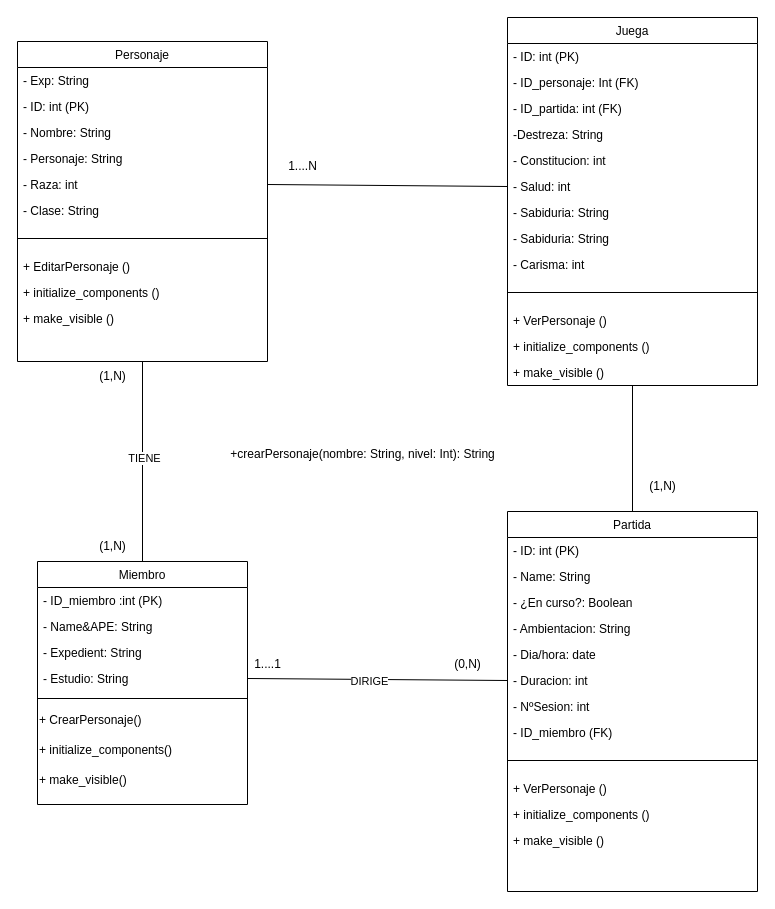
This is Entornos/Diagrama de clases.drawio from ruben170305/AdraKode, a draw.io file, before an edit. Source tidied: cells renumbered, new cells numbered last; positions are measured from the earlier drawing's top-left corner, leaving out a move shared by most shapes. Both pictures are drawn from the tidied source at 100%, with x=0, y=0 at pixel (17, 17).
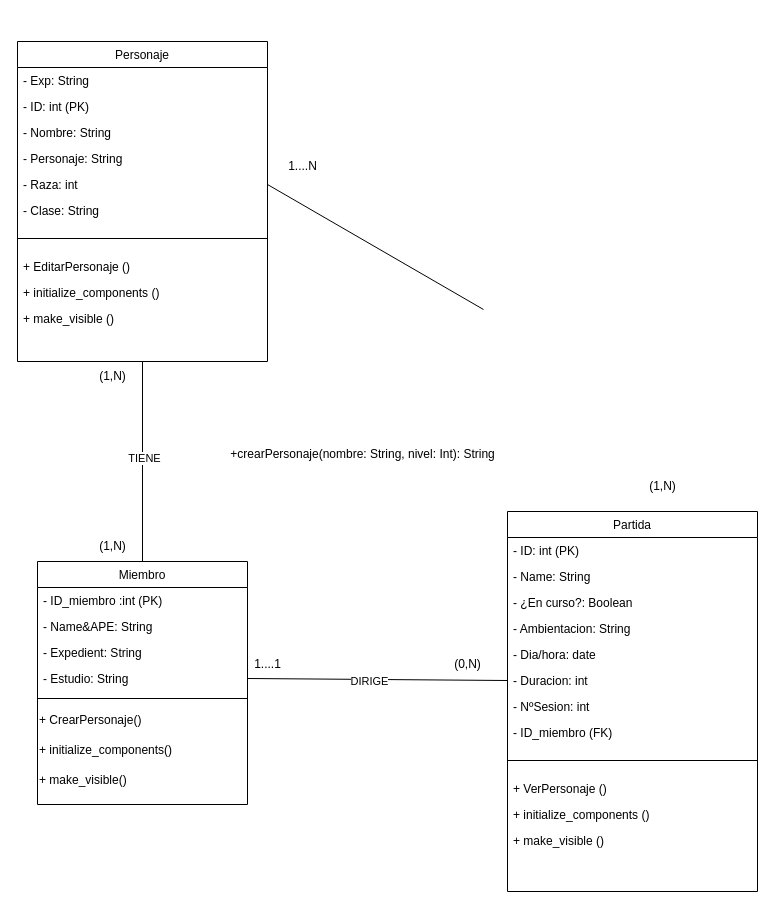
The same page after the edit.

Commit message (it also covers changes not shown here):
cambios realizados en el diagrama de clases

The change refers to these unchanged cells:
```xml
<mxCell id="7" value="- Raza: int" style="text;align=left;verticalAlign=top;spacingLeft=4;spacingRight=4;overflow=hidden;points=[[0,0.5],[1,0.5]];portConstraint=eastwest;" parent="2" vertex="1">
  <mxGeometry y="130" width="250" height="26" as="geometry" />
</mxCell>
<mxCell id="22" value="Partida" style="swimlane;fontStyle=0;align=center;verticalAlign=top;horizontal=1;startSize=26;rounded=0;shadow=0;strokeWidth=1;" parent="1" vertex="1">
  <mxGeometry x="490" y="494" width="250" height="380" as="geometry" />
</mxCell>
```

Diff of the diagram source:
```diff
@@
-    <mxCell id="35" value="Juega" style="swimlane;fontStyle=0;align=center;verticalAlign=top;horizontal=1;startSize=26;rounded=0;shadow=0;strokeWidth=1;" parent="1" vertex="1">
-      <mxGeometry x="490" width="250" height="368" as="geometry" />
-    </mxCell>
-    <mxCell id="36" value="- ID: int (PK)" style="text;align=left;verticalAlign=top;spacingLeft=4;spacingRight=4;overflow=hidden;" parent="35" vertex="1">
-      <mxGeometry y="26" width="250" height="26" as="geometry" />
-    </mxCell>
-    <mxCell id="37" value="- ID_personaje: Int (FK)" style="text;align=left;verticalAlign=top;spacingLeft=4;spacingRight=4;overflow=hidden;" parent="35" vertex="1">
-      <mxGeometry y="52" width="250" height="26" as="geometry" />
-    </mxCell>
-    <mxCell id="38" value="- ID_partida: int (FK)" style="text;align=left;verticalAlign=top;spacingLeft=4;spacingRight=4;overflow=hidden;" parent="35" vertex="1">
-      <mxGeometry y="78" width="250" height="26" as="geometry" />
-    </mxCell>
-    <mxCell id="39" value="-Destreza: String" style="text;align=left;verticalAlign=top;spacingLeft=4;spacingRight=4;overflow=hidden;" parent="35" vertex="1">
-      <mxGeometry y="104" width="250" height="26" as="geometry" />
-    </mxCell>
-    <mxCell id="40" value="- Constitucion: int " style="text;align=left;verticalAlign=top;spacingLeft=4;spacingRight=4;overflow=hidden;" parent="35" vertex="1">
-      <mxGeometry y="130" width="250" height="26" as="geometry" />
-    </mxCell>
-    <mxCell id="41" value="- Salud: int" style="text;align=left;verticalAlign=top;spacingLeft=4;spacingRight=4;overflow=hidden;points=[[0,0.5],[1,0.5]];portConstraint=eastwest;" parent="35" vertex="1">
-      <mxGeometry y="156" width="250" height="26" as="geometry" />
-    </mxCell>
-    <mxCell id="42" value="- Sabiduria: String" style="text;align=left;verticalAlign=top;spacingLeft=4;spacingRight=4;overflow=hidden;" parent="35" vertex="1">
-      <mxGeometry y="182" width="250" height="26" as="geometry" />
-    </mxCell>
-    <mxCell id="43" value="- Sabiduria: String" style="text;align=left;verticalAlign=top;spacingLeft=4;spacingRight=4;overflow=hidden;" parent="35" vertex="1">
-      <mxGeometry y="208" width="250" height="26" as="geometry" />
-    </mxCell>
-    <mxCell id="44" value="- Carisma: int" style="text;align=left;verticalAlign=top;spacingLeft=4;spacingRight=4;overflow=hidden;" parent="35" vertex="1">
-      <mxGeometry y="234" width="250" height="26" as="geometry" />
-    </mxCell>
-    <mxCell id="45" style="line;html=1;strokeWidth=1;align=left;verticalAlign=middle;spacingTop=-1;spacingLeft=3;spacingRight=3;labelPosition=right;" parent="35" vertex="1">
-      <mxGeometry y="260" width="250" height="30" as="geometry" />
-    </mxCell>
-    <mxCell id="46" value="+ VerPersonaje ()" style="text;align=left;verticalAlign=top;spacingLeft=4;spacingRight=4;overflow=hidden;" parent="35" vertex="1">
-      <mxGeometry y="290" width="250" height="26" as="geometry" />
-    </mxCell>
-    <mxCell id="47" value="+ initialize_components ()" style="text;align=left;verticalAlign=top;spacingLeft=4;spacingRight=4;overflow=hidden;" parent="35" vertex="1">
-      <mxGeometry y="316" width="250" height="26" as="geometry" />
-    </mxCell>
-    <mxCell id="48" value="+ make_visible ()" style="text;align=left;verticalAlign=top;spacingLeft=4;spacingRight=4;overflow=hidden;points=[[0,0.5],[1,0.5]];portConstraint=eastwest;" parent="35" vertex="1">
-      <mxGeometry y="342" width="250" height="26" as="geometry" />
-    </mxCell>
@@
-    <mxCell id="58" style="endArrow=none;html=1;rounded=0;exitX=0.5;exitY=0;exitDx=0;exitDy=0;" parent="1" edge="1" source="22" target="48">
-      <mxGeometry relative="1" as="geometry" />
-    </mxCell>
-    <mxCell id="59" style="endArrow=none;html=1;rounded=0;exitX=1;exitY=0.5;exitDx=0;exitDy=0;entryX=0;entryY=0.5;entryDx=0;entryDy=0;" parent="1" edge="1" source="7" target="41">
-      <mxGeometry relative="1" as="geometry" />
-    </mxCell>
@@
+    <mxCell id="62" style="endArrow=none;html=1;rounded=0;exitX=1;exitY=0.5;exitDx=0;exitDy=0;" parent="1" edge="1" source="7">
+      <mxGeometry relative="1" as="geometry">
+        <mxPoint x="466" y="292" as="targetPoint" />
+      </mxGeometry>
+    </mxCell>
```
